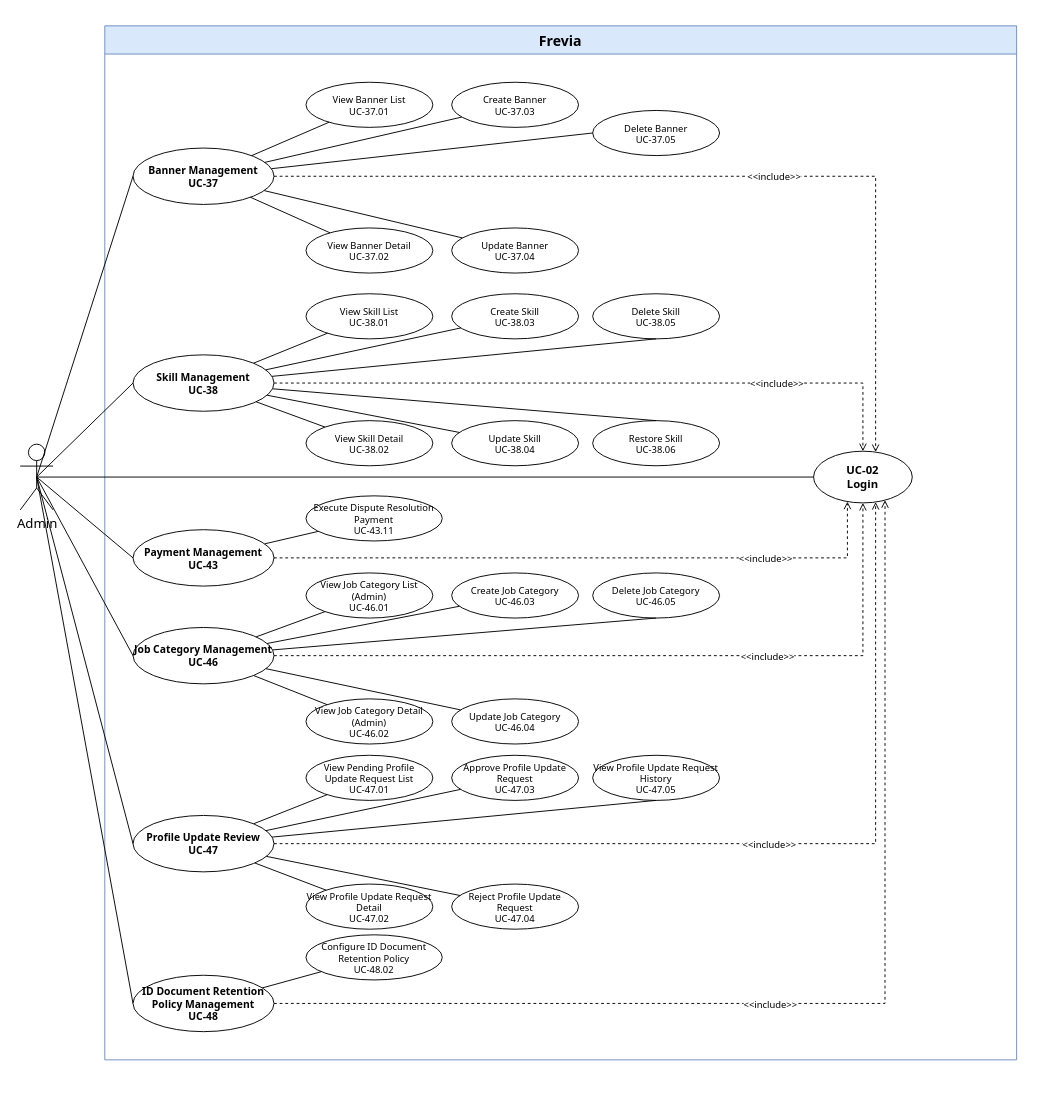
Earlier version of the draw.io diagram page "Admin 4/4" (4 of 4) of uc-diagrams/Admin.drawio (Thunggg/Frevia). Source tidied: cells renumbered, new cells numbered last; positions are measured from the earlier drawing's top-left corner, leaving out a move shared by most shapes. Both pictures are drawn from the tidied source at 94%, with x=0, y=0 at pixel (20, 25).
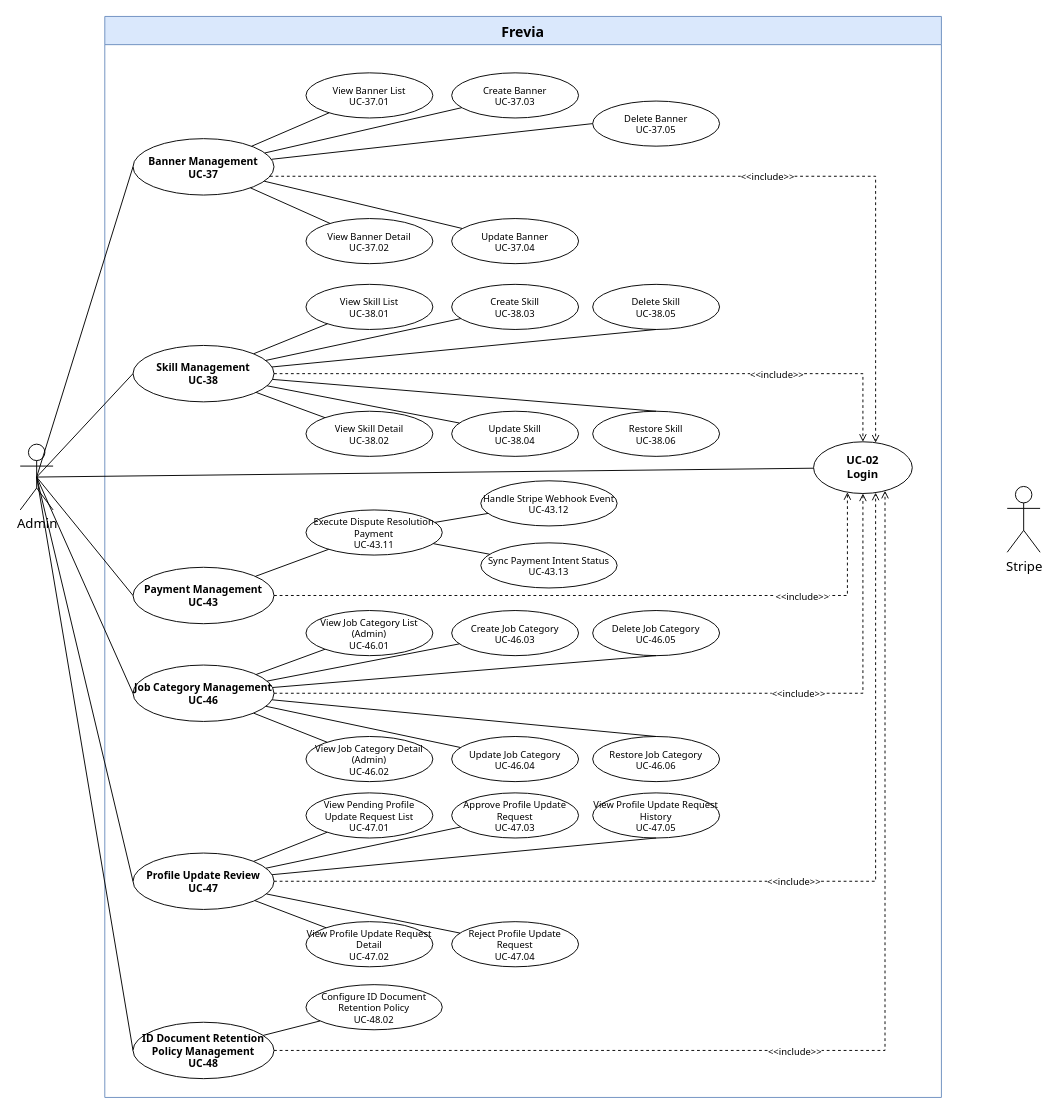
After the change.

The change refers to these unchanged cells:
```xml
<mxCell id="3" value="UC-02&#10;Login" style="ellipse;whiteSpace=wrap;html=1;fontSize=12;fontFamily=Tahoma;fontStyle=1;fillColor=#ffffff;strokeColor=#000000;" parent="2" vertex="1">
  <mxGeometry x="754" y="452.5" width="105" height="55" as="geometry" />
</mxCell>
```

Change to the diagram source:
```diff
@@
     <mxCell id="2" value="Frevia" style="swimlane;whiteSpace=wrap;html=1;startSize=30;fontSize=15;fontFamily=Tahoma;fontStyle=1;fillColor=#dae8fc;strokeColor=#6c8ebf;" parent="1" vertex="1">
-      <mxGeometry x="90" width="970" height="1100" as="geometry" />
+      <mxGeometry x="90" y="-10" width="890" height="1150" as="geometry" />
     </mxCell>
@@
     <mxCell id="28" value="Payment Management&#10;UC-43" style="ellipse;whiteSpace=wrap;html=1;fontSize=11;fontFamily=Tahoma;fontStyle=1;fillColor=#ffffff;strokeColor=#000000;" parent="2" vertex="1">
-      <mxGeometry x="30" y="536" width="150" height="60" as="geometry" />
+      <mxGeometry x="30" y="586" width="150" height="60" as="geometry" />
     </mxCell>
     <mxCell id="29" value="Execute Dispute Resolution Payment&#10;UC-43.11" style="ellipse;whiteSpace=wrap;html=1;fontSize=10;fontFamily=Tahoma;fillColor=#ffffff;strokeColor=#000000;" parent="2" vertex="1">
-      <mxGeometry x="214" y="500" width="145" height="48" as="geometry" />
+      <mxGeometry x="214" y="525" width="145" height="48" as="geometry" />
     </mxCell>
@@
     <mxCell id="31" value="Job Category Management&#10;UC-46" style="ellipse;whiteSpace=wrap;html=1;fontSize=11;fontFamily=Tahoma;fontStyle=1;fillColor=#ffffff;strokeColor=#000000;" parent="2" vertex="1">
-      <mxGeometry x="30" y="640" width="150" height="60" as="geometry" />
+      <mxGeometry x="30" y="690" width="150" height="60" as="geometry" />
     </mxCell>
     <mxCell id="32" value="View Job Category List (Admin)&#10;UC-46.01" style="ellipse;whiteSpace=wrap;html=1;fontSize=10;fontFamily=Tahoma;fillColor=#ffffff;strokeColor=#000000;" parent="2" vertex="1">
-      <mxGeometry x="214" y="582" width="135" height="48" as="geometry" />
+      <mxGeometry x="214" y="632" width="135" height="48" as="geometry" />
     </mxCell>
     <mxCell id="33" value="View Job Category Detail (Admin)&#10;UC-46.02" style="ellipse;whiteSpace=wrap;html=1;fontSize=10;fontFamily=Tahoma;fillColor=#ffffff;strokeColor=#000000;" parent="2" vertex="1">
-      <mxGeometry x="214" y="716" width="135" height="48" as="geometry" />
+      <mxGeometry x="214" y="766" width="135" height="48" as="geometry" />
     </mxCell>
     <mxCell id="34" value="Create Job Category&#10;UC-46.03" style="ellipse;whiteSpace=wrap;html=1;fontSize=10;fontFamily=Tahoma;fillColor=#ffffff;strokeColor=#000000;" parent="2" vertex="1">
-      <mxGeometry x="369" y="582" width="135" height="48" as="geometry" />
+      <mxGeometry x="369" y="632" width="135" height="48" as="geometry" />
     </mxCell>
     <mxCell id="35" value="Update Job Category&#10;UC-46.04" style="ellipse;whiteSpace=wrap;html=1;fontSize=10;fontFamily=Tahoma;fillColor=#ffffff;strokeColor=#000000;" parent="2" vertex="1">
-      <mxGeometry x="369" y="716" width="135" height="48" as="geometry" />
+      <mxGeometry x="369" y="766" width="135" height="48" as="geometry" />
     </mxCell>
     <mxCell id="36" value="Delete Job Category&#10;UC-46.05" style="ellipse;whiteSpace=wrap;html=1;fontSize=10;fontFamily=Tahoma;fillColor=#ffffff;strokeColor=#000000;" parent="2" vertex="1">
-      <mxGeometry x="519" y="582" width="135" height="48" as="geometry" />
+      <mxGeometry x="519" y="632" width="135" height="48" as="geometry" />
     </mxCell>
@@
     <mxCell id="42" value="Profile Update Review&#10;UC-47" style="ellipse;whiteSpace=wrap;html=1;fontSize=11;fontFamily=Tahoma;fontStyle=1;fillColor=#ffffff;strokeColor=#000000;" parent="2" vertex="1">
-      <mxGeometry x="30" y="840" width="150" height="60" as="geometry" />
+      <mxGeometry x="30" y="890" width="150" height="60" as="geometry" />
     </mxCell>
     <mxCell id="43" value="View Pending Profile Update Request List&#10;UC-47.01" style="ellipse;whiteSpace=wrap;html=1;fontSize=10;fontFamily=Tahoma;fillColor=#ffffff;strokeColor=#000000;" parent="2" vertex="1">
-      <mxGeometry x="214" y="776" width="135" height="48" as="geometry" />
+      <mxGeometry x="214" y="826" width="135" height="48" as="geometry" />
     </mxCell>
     <mxCell id="44" value="View Profile Update Request Detail&#10;UC-47.02" style="ellipse;whiteSpace=wrap;html=1;fontSize=10;fontFamily=Tahoma;fillColor=#ffffff;strokeColor=#000000;" parent="2" vertex="1">
-      <mxGeometry x="214" y="913" width="135" height="48" as="geometry" />
+      <mxGeometry x="214" y="963" width="135" height="48" as="geometry" />
     </mxCell>
     <mxCell id="45" value="Approve Profile Update Request&#10;UC-47.03" style="ellipse;whiteSpace=wrap;html=1;fontSize=10;fontFamily=Tahoma;fillColor=#ffffff;strokeColor=#000000;" parent="2" vertex="1">
-      <mxGeometry x="369" y="776" width="135" height="48" as="geometry" />
+      <mxGeometry x="369" y="826" width="135" height="48" as="geometry" />
     </mxCell>
     <mxCell id="46" value="Reject Profile Update Request&#10;UC-47.04" style="ellipse;whiteSpace=wrap;html=1;fontSize=10;fontFamily=Tahoma;fillColor=#ffffff;strokeColor=#000000;" parent="2" vertex="1">
-      <mxGeometry x="369" y="913" width="135" height="48" as="geometry" />
+      <mxGeometry x="369" y="963" width="135" height="48" as="geometry" />
     </mxCell>
     <mxCell id="47" value="View Profile Update Request History&#10;UC-47.05" style="ellipse;whiteSpace=wrap;html=1;fontSize=10;fontFamily=Tahoma;fillColor=#ffffff;strokeColor=#000000;" parent="2" vertex="1">
-      <mxGeometry x="519" y="776" width="135" height="48" as="geometry" />
+      <mxGeometry x="519" y="826" width="135" height="48" as="geometry" />
     </mxCell>
@@
     <mxCell id="53" value="Configure ID Document Retention Policy&#10;UC-48.02" style="ellipse;whiteSpace=wrap;html=1;fontSize=10;fontFamily=Tahoma;fillColor=#ffffff;strokeColor=#000000;" parent="2" vertex="1">
-      <mxGeometry x="214" y="967" width="145" height="48" as="geometry" />
+      <mxGeometry x="214" y="1030" width="145" height="48" as="geometry" />
     </mxCell>
@@
     <mxCell id="55" value="&amp;lt;&amp;lt;include&amp;gt;&amp;gt;" style="edgeStyle=orthogonalEdgeStyle;rounded=0;endArrow=open;dashed=1;html=1;strokeColor=#000000;fontSize=10;fontFamily=Tahoma;labelBackgroundColor=#ffffff;align=center;verticalAlign=middle;" parent="2" edge="1" source="28" target="3">
       <mxGeometry x="0.56" relative="1" as="geometry">
         <Array as="points">
-          <mxPoint x="790" y="566" />
+          <mxPoint x="790" y="616" />
         </Array>
       </mxGeometry>
     </mxCell>
     <mxCell id="56" value="&amp;lt;&amp;lt;include&amp;gt;&amp;gt;" style="edgeStyle=orthogonalEdgeStyle;rounded=0;endArrow=open;dashed=1;html=1;strokeColor=#000000;fontSize=10;fontFamily=Tahoma;labelBackgroundColor=#ffffff;align=center;verticalAlign=middle;" parent="2" edge="1" source="42" target="3">
       <mxGeometry x="0.05" relative="1" as="geometry">
         <Array as="points">
-          <mxPoint x="820" y="870" />
+          <mxPoint x="820" y="920" />
         </Array>
       </mxGeometry>
     </mxCell>
+    <mxCell id="70" value="Restore Job Category&lt;br&gt;UC-46.06" style="ellipse;whiteSpace=wrap;html=1;fontSize=10;fontFamily=Tahoma;fillColor=#ffffff;strokeColor=#000000;" parent="2" vertex="1">
+      <mxGeometry x="519" y="766" width="135" height="48" as="geometry" />
+    </mxCell>
+    <mxCell id="71" style="endArrow=none;html=1;rounded=0;fontFamily=Tahoma;fontSize=13;entryX=0.5;entryY=0;entryDx=0;entryDy=0;" parent="2" edge="1" source="31" target="70">
+      <mxGeometry relative="1" as="geometry" />
+    </mxCell>
+    <mxCell id="72" value="Handle Stripe Webhook Event&lt;br&gt;UC-43.12" style="ellipse;whiteSpace=wrap;html=1;fontSize=10;fontFamily=Tahoma;fillColor=#ffffff;strokeColor=#000000;" parent="2" vertex="1">
+      <mxGeometry x="400" y="494" width="145" height="48" as="geometry" />
+    </mxCell>
+    <mxCell id="73" value="Sync Payment Intent Status&lt;br&gt;UC-43.13" style="ellipse;whiteSpace=wrap;html=1;fontSize=10;fontFamily=Tahoma;fillColor=#ffffff;strokeColor=#000000;" parent="2" vertex="1">
+      <mxGeometry x="400" y="560" width="145" height="48" as="geometry" />
+    </mxCell>
+    <mxCell id="74" style="endArrow=none;html=1;rounded=0;fontFamily=Tahoma;fontSize=13;" parent="2" edge="1" source="72" target="29">
+      <mxGeometry relative="1" as="geometry" />
+    </mxCell>
+    <mxCell id="75" style="endArrow=none;html=1;rounded=0;fontFamily=Tahoma;fontSize=13;" parent="2" edge="1" source="73" target="29">
+      <mxGeometry relative="1" as="geometry" />
+    </mxCell>
@@
     <mxCell id="67" value="&amp;lt;&amp;lt;include&amp;gt;&amp;gt;" style="edgeStyle=orthogonalEdgeStyle;rounded=0;endArrow=open;dashed=1;html=1;strokeColor=#000000;fontSize=10;fontFamily=Tahoma;labelBackgroundColor=#ffffff;align=center;verticalAlign=middle;" parent="1" edge="1" source="68" target="3">
       <mxGeometry x="-0.11" relative="1" as="geometry">
         <Array as="points">
-          <mxPoint x="920" y="1040" />
+          <mxPoint x="920" y="1090" />
         </Array>
       </mxGeometry>
     </mxCell>
     <mxCell id="68" value="ID Document Retention Policy Management&#10;UC-48" style="ellipse;whiteSpace=wrap;html=1;fontSize=11;fontFamily=Tahoma;fontStyle=1;fillColor=#ffffff;strokeColor=#000000;" parent="1" vertex="1">
-      <mxGeometry x="120" y="1010" width="150" height="60" as="geometry" />
+      <mxGeometry x="120" y="1060" width="150" height="60" as="geometry" />
     </mxCell>
@@
+    <mxCell id="76" value="Stripe" style="shape=umlActor;verticalLabelPosition=bottom;verticalAlign=top;html=1;fontSize=14;fontFamily=Tahoma;" parent="1" vertex="1">
+      <mxGeometry x="1050" y="490" width="35" height="70" as="geometry" />
+    </mxCell>
```
